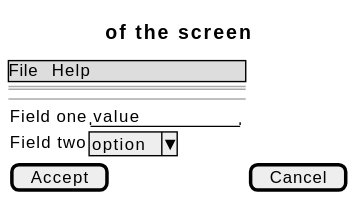
Earlier version of the PlantUML export docs/01-requirements/use-cases/grantRole/wireframes.svg (didactika/kampus). The source it was exported from:
```plantuml
@startsalt
{
  {* File | Help }
  ==
  Title of the screen
  --
  {
    Field one | "value        "
    Field two | ^option^
  }
  [ Accept ] | [ Cancel ]
}
@endsalt
```
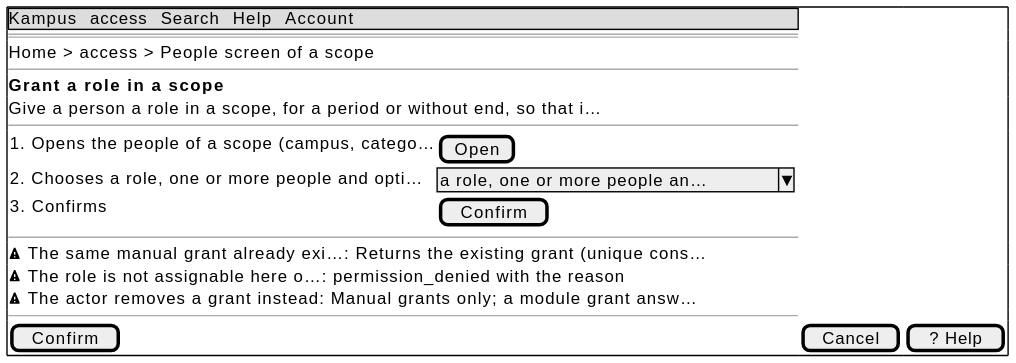
Later version of the same file.

What changed in the source:
```diff
@@ -1,13 +1,22 @@
 @startsalt
-{
-  {* File | Help }
+{+
+  {* Kampus | access | Search | Help | Account }
   ==
-  Title of the screen
+  Home > access > People screen of a scope
+  --
+  <b>Grant a role in a scope
+  Give a person a role in a scope, for a period or without end, so that i…
   --
   {
-    Field one | "value        "
-    Field two | ^option^
+    1. Opens the people of a scope (campus, catego… | [ Open ]
+    2. Chooses a role, one or more people and opti… | ^a role, one or more people an…^
+    3. Confirms | [ Confirm ]
   }
-  [ Accept ] | [ Cancel ]
+  --
+  <&warning> The same manual grant already exi…: Returns the existing grant (unique cons…
+  <&warning> The role is not assignable here o…: permission_denied with the reason
+  <&warning> The actor removes a grant instead: Manual grants only; a module grant answ…
+  --
+  [ Confirm ] | [ Cancel ] | [ ? Help ]
 }
 @endsalt
```
